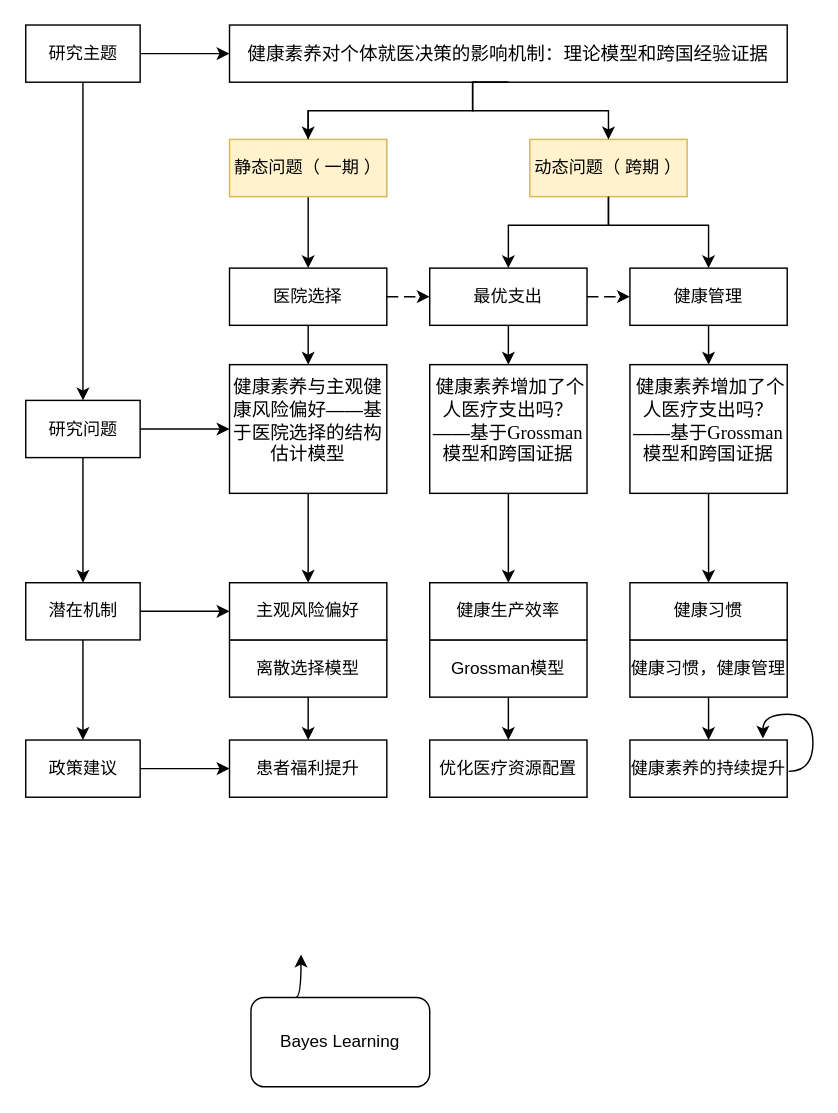
BWaaaa/AdvancedDID keeps this draw.io diagram as proposal.drawio. Above is the earlier version. Source tidied: cells renumbered, new cells numbered last; positions are measured from the earlier drawing's top-left corner, leaving out a move shared by most shapes. Both pictures are drawn from the tidied source at 143%, with x=0, y=0 at pixel (26, 24).
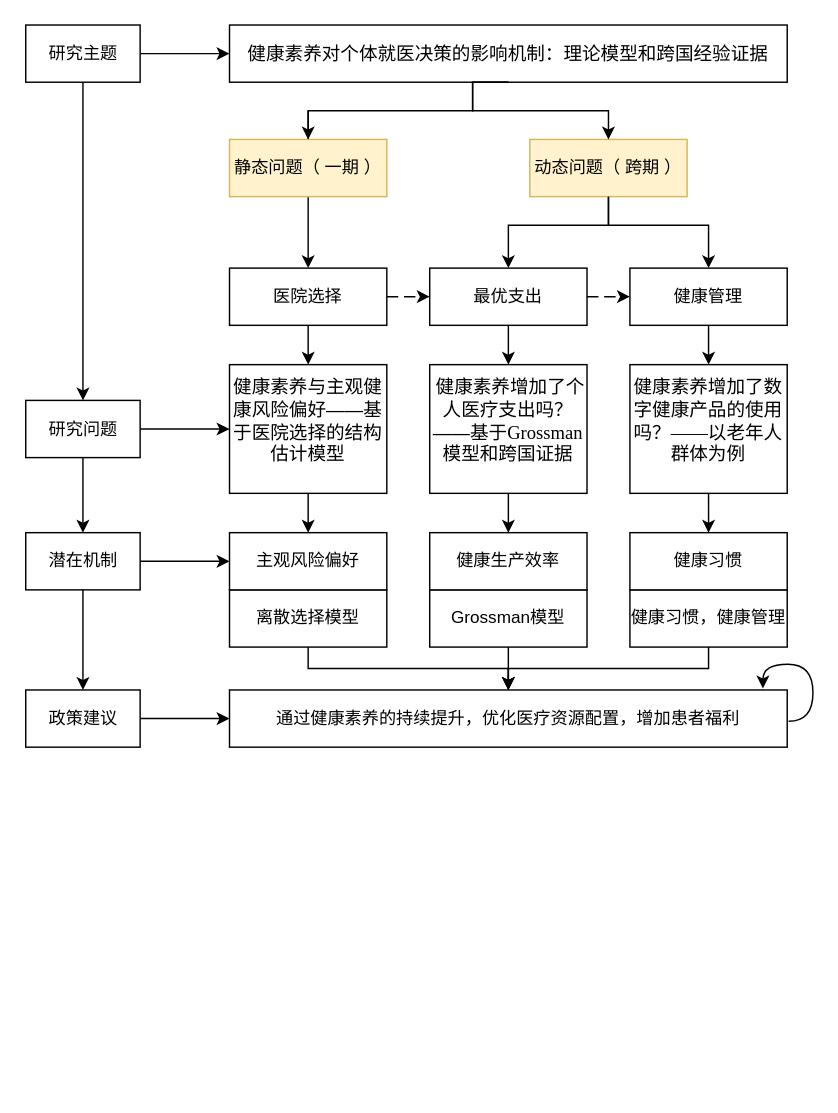
Above is the later version.

Change to the diagram source:
```diff
@@
-    <mxCell id="8" style="edgeStyle=orthogonalEdgeStyle;curved=1;rounded=0;jettySize=auto;html=1;" parent="1" edge="1" source="9" target="12">
-      <mxGeometry relative="1" as="geometry" />
-    </mxCell>
+    <mxCell id="52" style="edgeStyle=orthogonalEdgeStyle;rounded=0;jettySize=auto;html=1;exitX=0.5;exitY=1;exitDx=0;exitDy=0;entryX=0.5;entryY=0;entryDx=0;entryDy=0;" parent="1" edge="1" source="9" target="51">
+      <mxGeometry relative="1" as="geometry">
+        <Array as="points">
+          <mxPoint x="477" y="450" />
+          <mxPoint x="337" y="450" />
+        </Array>
+      </mxGeometry>
+    </mxCell>
     <mxCell id="9" value="健康习惯，健康管理" style="rounded=0;whiteSpace=wrap;html=1;" parent="1" vertex="1">
-      <mxGeometry x="422" y="430" width="110" height="40" as="geometry" />
+      <mxGeometry x="422" y="395" width="110" height="40" as="geometry" />
     </mxCell>
-    <mxCell id="10" style="edgeStyle=orthogonalEdgeStyle;curved=1;rounded=0;jettySize=auto;html=1;" parent="1" edge="1" source="11" target="51">
-      <mxGeometry relative="1" as="geometry" />
+    <mxCell id="10" style="edgeStyle=orthogonalEdgeStyle;rounded=0;jettySize=auto;html=1;exitX=0.5;exitY=1;exitDx=0;exitDy=0;entryX=0.5;entryY=0;entryDx=0;entryDy=0;" parent="1" edge="1" source="11" target="51">
+      <mxGeometry relative="1" as="geometry">
+        <Array as="points">
+          <mxPoint x="197" y="450" />
+          <mxPoint x="337" y="450" />
+        </Array>
+      </mxGeometry>
     </mxCell>
     <mxCell id="11" value="离散选择模型" style="rounded=0;whiteSpace=wrap;html=1;" parent="1" vertex="1">
-      <mxGeometry x="142" y="430" width="110" height="40" as="geometry" />
+      <mxGeometry x="142" y="395" width="110" height="40" as="geometry" />
     </mxCell>
-    <mxCell id="12" value="健康素养的持续提升" style="rounded=0;whiteSpace=wrap;html=1;" parent="1" vertex="1">
-      <mxGeometry x="422" y="500" width="110" height="40" as="geometry" />
-    </mxCell>
@@
-    <mxCell id="18" value="&lt;font style=&quot;font-size: 13px;&quot;&gt;&lt;span style=&quot;text-align: justify; text-indent: -22pt; background-color: initial; font-family: &amp;quot;Times New Roman&amp;quot;, serif;&quot; lang=&quot;EN-US&quot;&gt;&amp;nbsp;&lt;/span&gt;&lt;span style=&quot;text-align: justify; text-indent: -22pt; background-color: initial; font-family: 宋体;&quot;&gt;健康素养增加了个人医疗支出吗？——基于&lt;/span&gt;&lt;span style=&quot;text-align: justify; text-indent: -22pt; background-color: initial; font-family: &amp;quot;Times New Roman&amp;quot;, serif;&quot; lang=&quot;EN-US&quot;&gt;Grossman&lt;/span&gt;&lt;span style=&quot;text-align: justify; text-indent: -22pt; background-color: initial; font-family: 宋体;&quot;&gt;模型和跨国证据&lt;/span&gt;&lt;/font&gt;&lt;p style=&quot;margin-top:0cm;margin-right:0cm;margin-bottom:&lt;br/&gt;12.0pt;margin-left:22.0pt;text-align:justify;text-justify:inter-ideograph;&lt;br/&gt;text-indent:-22.0pt;mso-char-indent-count:0;line-height:150%;mso-list:l0 level1 lfo1&quot; class=&quot;MsoListParagraph&quot;&gt;&lt;span style=&quot;font-family: &amp;quot;Times New Roman&amp;quot;, serif;&quot; lang=&quot;EN-US&quot;&gt;&lt;/span&gt;&lt;/p&gt;" style="rounded=0;whiteSpace=wrap;html=1;" parent="1" vertex="1">
+    <mxCell id="18" value="&lt;font style=&quot;font-size: 13px;&quot;&gt;&lt;span style=&quot;font-family: 宋体;&quot;&gt;健康素养增加了数字健康产品的使用吗？&lt;/span&gt;&lt;span style=&quot;font-family: &amp;quot;Times New Roman&amp;quot;, serif;&quot; lang=&quot;EN-GB&quot;&gt;——&lt;/span&gt;&lt;span style=&quot;font-family: 宋体;&quot;&gt;以老年人群体为例&lt;/span&gt;&lt;/font&gt;&lt;br&gt;&lt;p style=&quot;margin-top:0cm;margin-right:0cm;margin-bottom:&lt;br/&gt;12.0pt;margin-left:22.0pt;text-align:justify;text-justify:inter-ideograph;&lt;br/&gt;text-indent:-22.0pt;mso-char-indent-count:0;line-height:150%;mso-list:l0 level1 lfo1&quot; class=&quot;MsoListParagraph&quot;&gt;&lt;span style=&quot;font-family: &amp;quot;Times New Roman&amp;quot;, serif;&quot; lang=&quot;EN-US&quot;&gt;&lt;/span&gt;&lt;/p&gt;" style="rounded=0;whiteSpace=wrap;html=1;" parent="1" vertex="1">
       <mxGeometry x="422" y="237.5" width="110" height="90" as="geometry" />
     </mxCell>
@@
-    <mxCell id="20" style="edgeStyle=orthogonalEdgeStyle;curved=1;rounded=0;jettySize=auto;html=1;" parent="1" edge="1" source="21" target="50">
-      <mxGeometry relative="1" as="geometry" />
+    <mxCell id="20" style="edgeStyle=orthogonalEdgeStyle;curved=1;rounded=0;jettySize=auto;html=1;" parent="1" edge="1" source="21">
+      <mxGeometry relative="1" as="geometry">
+        <mxPoint x="336.9" y="465" as="targetPoint" />
+      </mxGeometry>
     </mxCell>
     <mxCell id="21" value="Grossman模型" style="rounded=0;whiteSpace=wrap;html=1;" parent="1" vertex="1">
-      <mxGeometry x="282" y="430" width="110" height="40" as="geometry" />
+      <mxGeometry x="282" y="395" width="110" height="40" as="geometry" />
     </mxCell>
-    <mxCell id="22" style="edgeStyle=orthogonalEdgeStyle;curved=1;rounded=0;jettySize=auto;html=1;exitX=0.25;exitY=0;exitDx=0;exitDy=0;" parent="1" edge="1" source="23">
-      <mxGeometry relative="1" as="geometry">
-        <mxPoint x="192" y="650" as="targetPoint" />
-      </mxGeometry>
-    </mxCell>
-    <mxCell id="23" value="Bayes Learning" style="rounded=1;whiteSpace=wrap;html=1;" parent="1" vertex="1">
-      <mxGeometry x="157" y="680" width="125" height="62.5" as="geometry" />
-    </mxCell>
@@
     <mxCell id="32" value="潜在机制" style="rounded=0;whiteSpace=wrap;html=1;" parent="1" vertex="1">
-      <mxGeometry x="-0.5" y="390" width="80" height="40" as="geometry" />
+      <mxGeometry x="-0.5" y="355" width="80" height="40" as="geometry" />
     </mxCell>
@@
     <mxCell id="34" value="政策建议" style="rounded=0;whiteSpace=wrap;html=1;" parent="1" vertex="1">
-      <mxGeometry x="-0.5" y="500" width="80" height="40" as="geometry" />
+      <mxGeometry x="-0.5" y="465" width="80" height="40" as="geometry" />
     </mxCell>
@@
     <mxCell id="44" value="健康习惯" style="rounded=0;whiteSpace=wrap;html=1;" parent="1" vertex="1">
-      <mxGeometry x="422" y="390" width="110" height="40" as="geometry" />
+      <mxGeometry x="422" y="355" width="110" height="40" as="geometry" />
     </mxCell>
     <mxCell id="45" value="健康生产效率" style="rounded=0;whiteSpace=wrap;html=1;" parent="1" vertex="1">
-      <mxGeometry x="282" y="390" width="110" height="40" as="geometry" />
+      <mxGeometry x="282" y="355" width="110" height="40" as="geometry" />
     </mxCell>
     <mxCell id="46" value="主观风险偏好" style="rounded=0;whiteSpace=wrap;html=1;" parent="1" vertex="1">
-      <mxGeometry x="142" y="390" width="110" height="40" as="geometry" />
+      <mxGeometry x="142" y="355" width="110" height="40" as="geometry" />
     </mxCell>
@@
     <mxCell id="49" style="edgeStyle=orthogonalEdgeStyle;curved=1;rounded=0;orthogonalLoop=1;jettySize=auto;html=1;exitX=1;exitY=0.25;exitDx=0;exitDy=0;entryX=0.86;entryY=-0.066;entryDx=0;entryDy=0;entryPerimeter=0;" parent="1" edge="1">
       <mxGeometry relative="1" as="geometry">
-        <mxPoint x="533" y="521.9" as="sourcePoint" />
-        <mxPoint x="515" y="499" as="targetPoint" />
+        <mxPoint x="533" y="486.9" as="sourcePoint" />
+        <mxPoint x="515" y="464" as="targetPoint" />
         <Array as="points">
-          <mxPoint x="550" y="522" />
-          <mxPoint x="550" y="482" />
-          <mxPoint x="515" y="482" />
+          <mxPoint x="550" y="487" />
+          <mxPoint x="550" y="447" />
+          <mxPoint x="515" y="447" />
         </Array>
       </mxGeometry>
     </mxCell>
-    <mxCell id="50" value="优化医疗资源配置" style="whiteSpace=wrap;html=1;rounded=0;" parent="1" vertex="1">
-      <mxGeometry x="282" y="500" width="110" height="40" as="geometry" />
-    </mxCell>
-    <mxCell id="51" value="患者福利提升" style="whiteSpace=wrap;html=1;rounded=0;" parent="1" vertex="1">
-      <mxGeometry x="142" y="500" width="110" height="40" as="geometry" />
+    <mxCell id="51" value="通过健康素养的持续提升，优化医疗资源配置，增加患者福利" style="whiteSpace=wrap;html=1;rounded=0;" parent="1" vertex="1">
+      <mxGeometry x="142" y="465" width="390" height="40" as="geometry" />
     </mxCell>
```
